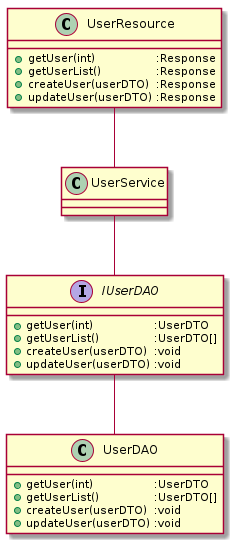
The PlantUML diagram UML/class/delt/user.png in GRP25/CDIO_Final, before a commit.
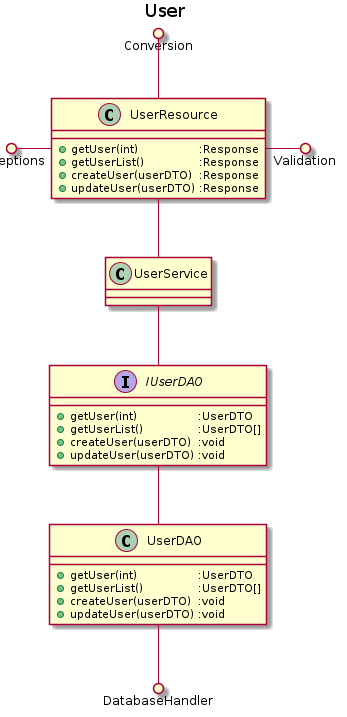
After the change.

Change to the diagram source:
```diff
@@ -1,4 +1,5 @@
 @startuml
+title User
 class "UserDAO" as usrdao {
     + getUser(int)\t\t:UserDTO
     + getUserList()\t\t:UserDTO[]
@@ -23,4 +24,8 @@
 iusrdao -d- usrdao
 iusrdao -u- usrser
 usrres -d- usrser
+usrdao --() DatabaseHandler
+usrres -() Validation
+Exceptions ()-  usrres
+Conversion ()-- usrres
 @enduml
```
